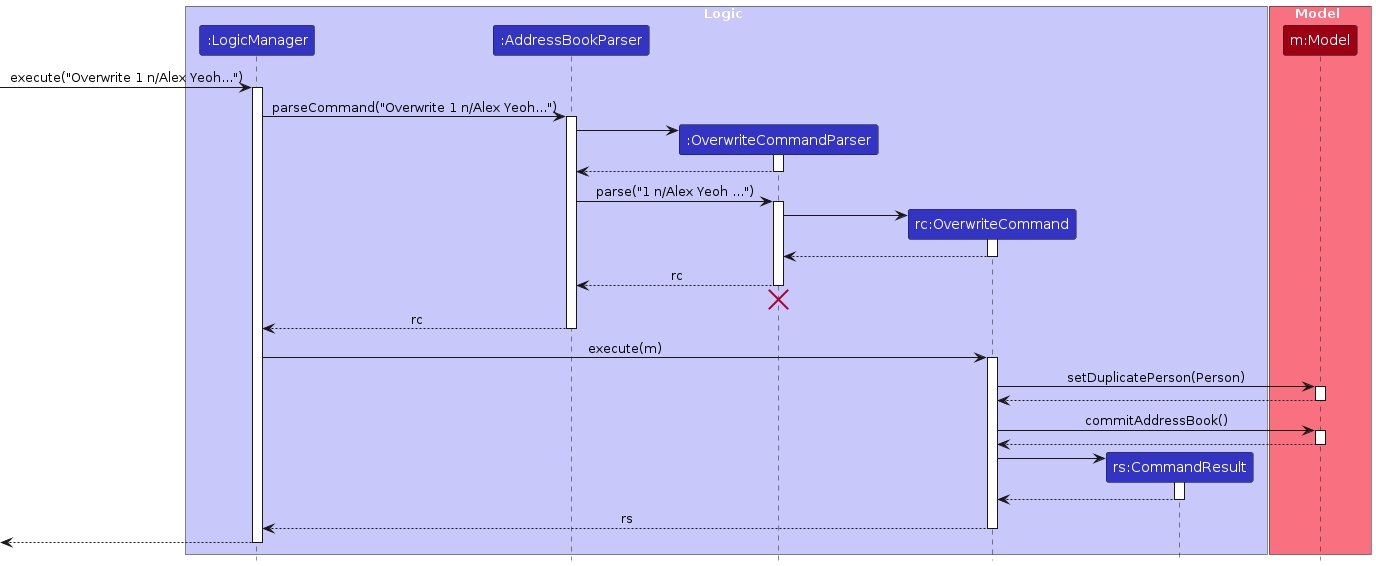
Above: diagrams/OverwriteSequenceDiagram.png in smolegz/tp (PlantUML), before the change. Its source is kept beside it as diagrams/OverwriteSequenceDiagram.puml. Its diagram source:
```plantuml
@startuml
!include style.puml
skinparam ArrowFontStyle plain

box Logic LOGIC_COLOR_T1
participant ":LogicManager" as LogicManager LOGIC_COLOR
participant ":AddressBookParser" as AddressBookParser LOGIC_COLOR
participant ":OverwriteCommandParser" as OverwriteCommandParser LOGIC_COLOR
participant "rc:OverwriteCommand" as OverwriteCommand LOGIC_COLOR
participant "rs:CommandResult" as CommandResult LOGIC_COLOR
end box

box Model MODEL_COLOR_T1
participant "m:Model" as Model MODEL_COLOR
end box

[-> LogicManager : execute("Overwrite 1 n/Alex Yeoh...")
activate LogicManager

LogicManager -> AddressBookParser : parseCommand("Overwrite 1 n/Alex Yeoh...")
activate AddressBookParser

create OverwriteCommandParser
AddressBookParser -> OverwriteCommandParser
activate OverwriteCommandParser

OverwriteCommandParser --> AddressBookParser
deactivate OverwriteCommandParser

AddressBookParser -> OverwriteCommandParser : parse("1 n/Alex Yeoh ...")
activate OverwriteCommandParser

create OverwriteCommand
OverwriteCommandParser -> OverwriteCommand
activate OverwriteCommand

OverwriteCommand --> OverwriteCommandParser :
deactivate OverwriteCommand

OverwriteCommandParser --> AddressBookParser : rc
deactivate OverwriteCommandParser
OverwriteCommandParser -[hidden]-> AddressBookParser
destroy OverwriteCommandParser

AddressBookParser --> LogicManager : rc
deactivate AddressBookParser

LogicManager -> OverwriteCommand : execute(m)
activate OverwriteCommand

OverwriteCommand -> Model : setDuplicatePerson(Person)
activate Model

Model --> OverwriteCommand
deactivate Model

OverwriteCommand -> Model : commitAddressBook()
activate Model

Model --> OverwriteCommand
deactivate Model

create CommandResult
OverwriteCommand -> CommandResult
activate CommandResult

CommandResult --> OverwriteCommand
deactivate CommandResult

OverwriteCommand --> LogicManager : rs
deactivate OverwriteCommand

[<--LogicManager
deactivate LogicManager
@enduml
```
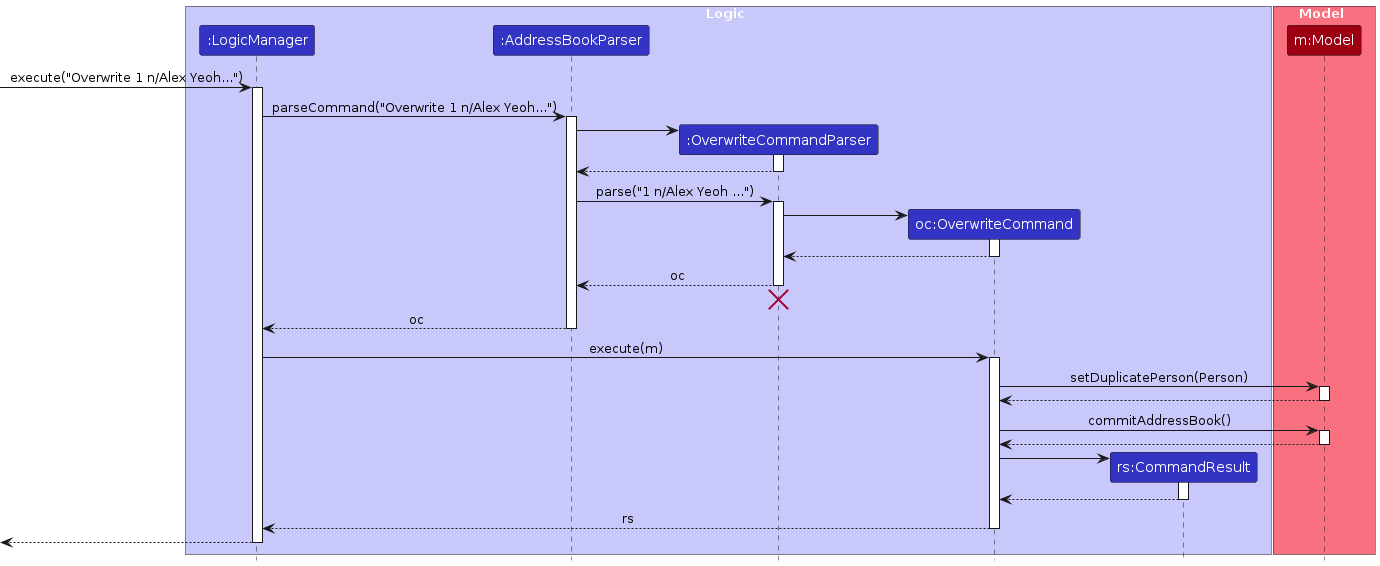
The same file after the commit.

Change to the diagram source:
```diff
@@ -6,7 +6,7 @@
 participant ":LogicManager" as LogicManager LOGIC_COLOR
 participant ":AddressBookParser" as AddressBookParser LOGIC_COLOR
 participant ":OverwriteCommandParser" as OverwriteCommandParser LOGIC_COLOR
-participant "rc:OverwriteCommand" as OverwriteCommand LOGIC_COLOR
+participant "oc:OverwriteCommand" as OverwriteCommand LOGIC_COLOR
 participant "rs:CommandResult" as CommandResult LOGIC_COLOR
 end box
 
@@ -37,12 +37,12 @@
 OverwriteCommand --> OverwriteCommandParser :
 deactivate OverwriteCommand
 
-OverwriteCommandParser --> AddressBookParser : rc
+OverwriteCommandParser --> AddressBookParser : oc
 deactivate OverwriteCommandParser
 OverwriteCommandParser -[hidden]-> AddressBookParser
 destroy OverwriteCommandParser
 
-AddressBookParser --> LogicManager : rc
+AddressBookParser --> LogicManager : oc
 deactivate AddressBookParser
 
 LogicManager -> OverwriteCommand : execute(m)
```
